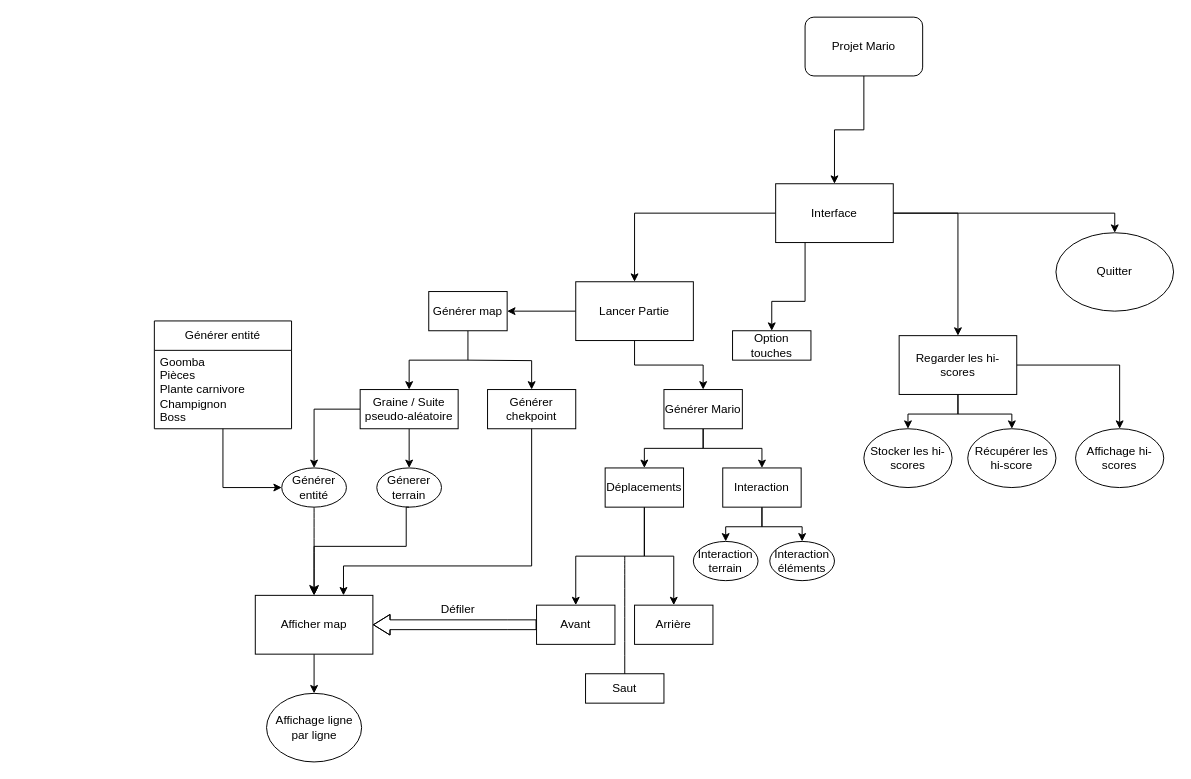
The draw.io diagram Diagramme_mario.drawio in Fanfnix/Projet_Mario, before the edit. Source tidied: cells renumbered, new cells numbered last; positions are measured from the earlier drawing's top-left corner, leaving out a move shared by most shapes. Both pictures are drawn from the tidied source at 98%, with x=0, y=0 at pixel (154, 17).
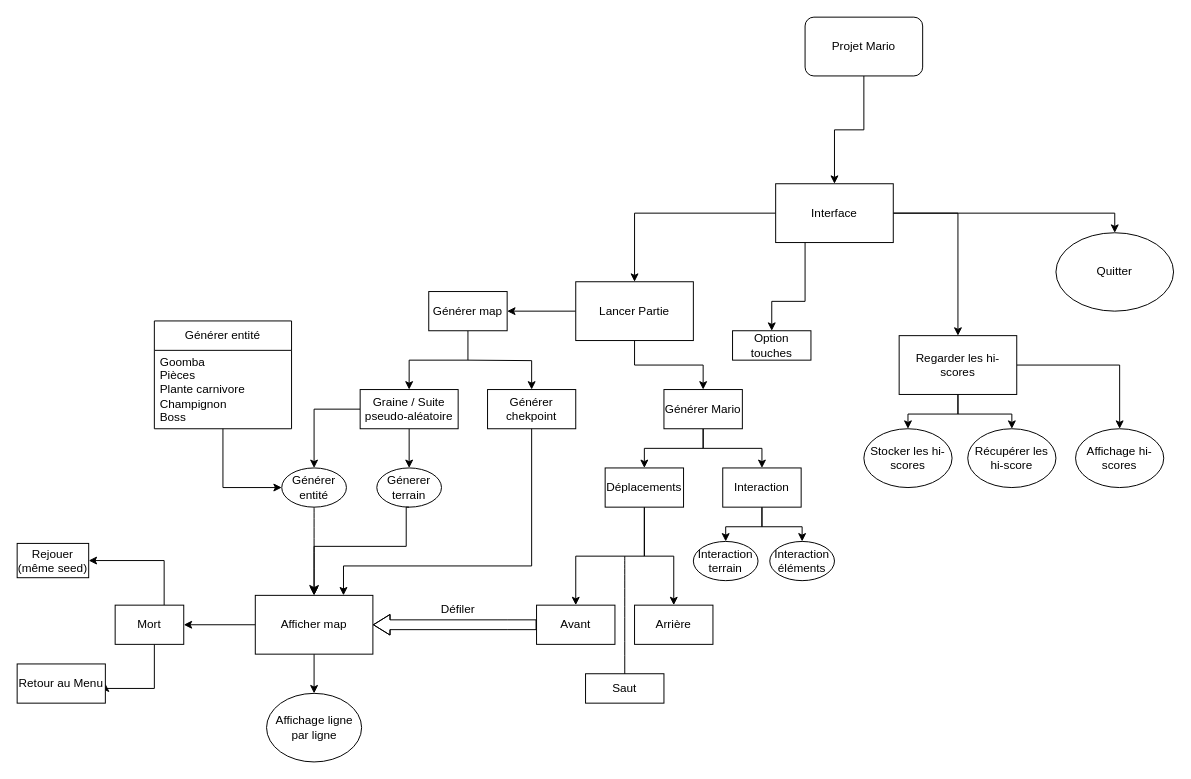
The same page after the edit.

Unchanged cells that the change refers to:
```xml
<mxCell id="39" value="Afficher map" style="rounded=0;whiteSpace=wrap;html=1;" parent="1" vertex="1">
  <mxGeometry x="103" y="590" width="120" height="60" as="geometry" />
</mxCell>
```

Change to the diagram source:
```diff
@@
+    <mxCell id="57" style="edgeStyle=orthogonalEdgeStyle;rounded=0;jettySize=auto;html=1;entryX=1;entryY=0.5;entryDx=0;entryDy=0;" parent="1" edge="1" source="39" target="60">
+      <mxGeometry relative="1" as="geometry" />
+    </mxCell>
@@
+    <mxCell id="58" style="edgeStyle=orthogonalEdgeStyle;rounded=0;jettySize=auto;html=1;entryX=1;entryY=0.5;entryDx=0;entryDy=0;" parent="1" edge="1" source="60" target="61">
+      <mxGeometry relative="1" as="geometry">
+        <Array as="points">
+          <mxPoint x="10" y="554" />
+        </Array>
+      </mxGeometry>
+    </mxCell>
+    <mxCell id="59" style="edgeStyle=orthogonalEdgeStyle;rounded=0;jettySize=auto;html=1;entryX=1;entryY=0.5;entryDx=0;entryDy=0;" parent="1" edge="1" source="60" target="62">
+      <mxGeometry relative="1" as="geometry">
+        <Array as="points">
+          <mxPoint y="685" />
+        </Array>
+      </mxGeometry>
+    </mxCell>
+    <mxCell id="60" value="Mort" style="rounded=0;whiteSpace=wrap;html=1;" parent="1" vertex="1">
+      <mxGeometry x="-40" y="600" width="70" height="40" as="geometry" />
+    </mxCell>
+    <mxCell id="61" value="Rejouer (même seed)" style="rounded=0;whiteSpace=wrap;html=1;" parent="1" vertex="1">
+      <mxGeometry x="-140" y="537" width="73" height="35" as="geometry" />
+    </mxCell>
+    <mxCell id="62" value="Retour au Menu" style="rounded=0;whiteSpace=wrap;html=1;" parent="1" vertex="1">
+      <mxGeometry x="-140" y="660" width="90" height="40" as="geometry" />
+    </mxCell>
```
